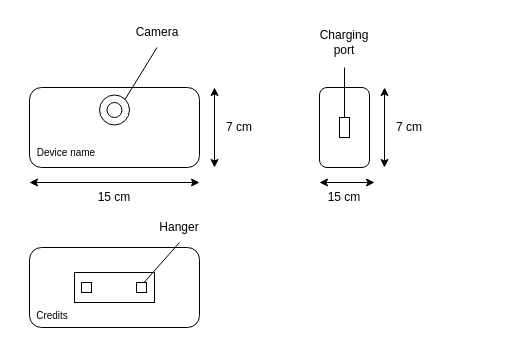
Above: Device-PBL5.drawio in lukas0173/Draw.io (draw.io), before the change. Source tidied: cells renumbered, new cells numbered last; positions are measured from the earlier drawing's top-left corner, leaving out a move shared by most shapes. Both pictures are drawn from the tidied source at 100%, with x=0, y=0 at pixel (17, 17).
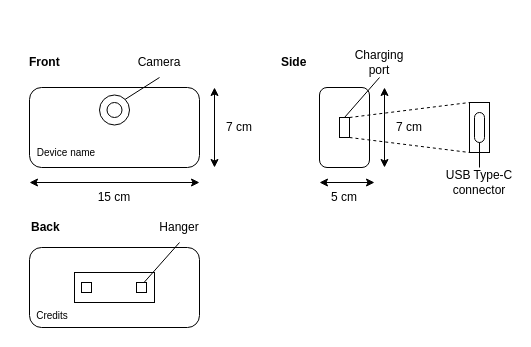
The same diagram, later.

The change refers to these unchanged cells:
```xml
<mxCell id="17" style="rounded=0;whiteSpace=wrap;html=1;" parent="1" vertex="1">
  <mxGeometry x="322" y="100" width="10" height="20" as="geometry" />
</mxCell>
```

The edit, as a diff of the source:
```diff
@@
+    <mxCell id="10" style="rounded=1;whiteSpace=wrap;html=1;" parent="1" vertex="1">
+      <mxGeometry x="302" y="70" width="50" height="80" as="geometry" />
+    </mxCell>
@@
-    <mxCell id="10" style="rounded=1;whiteSpace=wrap;html=1;" parent="1" vertex="1">
-      <mxGeometry x="302" y="70" width="50" height="80" as="geometry" />
-    </mxCell>
@@
-    <mxCell id="12" value="15 cm" style="text;html=1;align=center;verticalAlign=middle;whiteSpace=wrap;rounded=0;" parent="1" vertex="1">
+    <mxCell id="12" value="5 cm" style="text;html=1;align=center;verticalAlign=middle;whiteSpace=wrap;rounded=0;" parent="1" vertex="1">
       <mxGeometry x="297" y="165" width="60" height="30" as="geometry" />
     </mxCell>
@@
     <mxCell id="15" value="Camera" style="text;html=1;align=center;verticalAlign=middle;whiteSpace=wrap;rounded=0;" parent="1" vertex="1">
-      <mxGeometry x="109.5" width="60" height="30" as="geometry" />
+      <mxGeometry x="112" y="30" width="60" height="30" as="geometry" />
     </mxCell>
@@
-    <mxCell id="18" style="endArrow=none;html=1;rounded=0;exitX=0.5;exitY=0;exitDx=0;exitDy=0;" parent="1" edge="1" source="17">
-      <mxGeometry relative="1" as="geometry">
-        <mxPoint x="327" y="50" as="targetPoint" />
-      </mxGeometry>
-    </mxCell>
     <mxCell id="19" value="Charging port" style="text;html=1;align=center;verticalAlign=middle;whiteSpace=wrap;rounded=0;" parent="1" vertex="1">
-      <mxGeometry x="297" y="10" width="60" height="30" as="geometry" />
+      <mxGeometry x="332" y="30" width="60" height="30" as="geometry" />
     </mxCell>
@@
+    <mxCell id="27" value="&lt;b&gt;Front&lt;/b&gt;" style="text;html=1;align=left;verticalAlign=middle;whiteSpace=wrap;rounded=0;" parent="1" vertex="1">
+      <mxGeometry x="10" y="30" width="60" height="30" as="geometry" />
+    </mxCell>
+    <mxCell id="28" value="&lt;b&gt;Side&lt;/b&gt;" style="text;html=1;align=left;verticalAlign=middle;whiteSpace=wrap;rounded=0;" parent="1" vertex="1">
+      <mxGeometry x="262" y="30" width="60" height="30" as="geometry" />
+    </mxCell>
+    <mxCell id="29" value="&lt;b&gt;Back&lt;/b&gt;" style="text;html=1;align=left;verticalAlign=middle;whiteSpace=wrap;rounded=0;" parent="1" vertex="1">
+      <mxGeometry x="12" y="195" width="60" height="30" as="geometry" />
+    </mxCell>
+    <mxCell id="30" style="endArrow=none;html=1;rounded=0;exitX=0.5;exitY=0;exitDx=0;exitDy=0;entryX=0.5;entryY=1;entryDx=0;entryDy=0;" parent="1" edge="1" source="17" target="19">
+      <mxGeometry relative="1" as="geometry" />
+    </mxCell>
+    <mxCell id="31" style="rounded=0;whiteSpace=wrap;html=1;" parent="1" vertex="1">
+      <mxGeometry x="452" y="85" width="20" height="50" as="geometry" />
+    </mxCell>
+    <mxCell id="32" style="rounded=1;whiteSpace=wrap;html=1;arcSize=50;" parent="1" vertex="1">
+      <mxGeometry x="457" y="95" width="10" height="30" as="geometry" />
+    </mxCell>
+    <mxCell id="33" style="endArrow=none;html=1;rounded=0;exitX=1;exitY=0;exitDx=0;exitDy=0;entryX=0;entryY=0;entryDx=0;entryDy=0;dashed=1;" parent="1" edge="1" source="17" target="31">
+      <mxGeometry relative="1" as="geometry" />
+    </mxCell>
+    <mxCell id="34" style="endArrow=none;html=1;rounded=0;exitX=1;exitY=1;exitDx=0;exitDy=0;entryX=0;entryY=1;entryDx=0;entryDy=0;dashed=1;" parent="1" edge="1" source="17" target="31">
+      <mxGeometry relative="1" as="geometry" />
+    </mxCell>
+    <mxCell id="35" value="USB Type-C connector" style="text;html=1;align=center;verticalAlign=middle;whiteSpace=wrap;rounded=0;" parent="1" vertex="1">
+      <mxGeometry x="427" y="150" width="70" height="30" as="geometry" />
+    </mxCell>
+    <mxCell id="36" style="endArrow=none;html=1;rounded=0;exitX=0.5;exitY=0;exitDx=0;exitDy=0;entryX=0.5;entryY=1;entryDx=0;entryDy=0;" parent="1" edge="1" source="35" target="32">
+      <mxGeometry relative="1" as="geometry" />
+    </mxCell>
```
